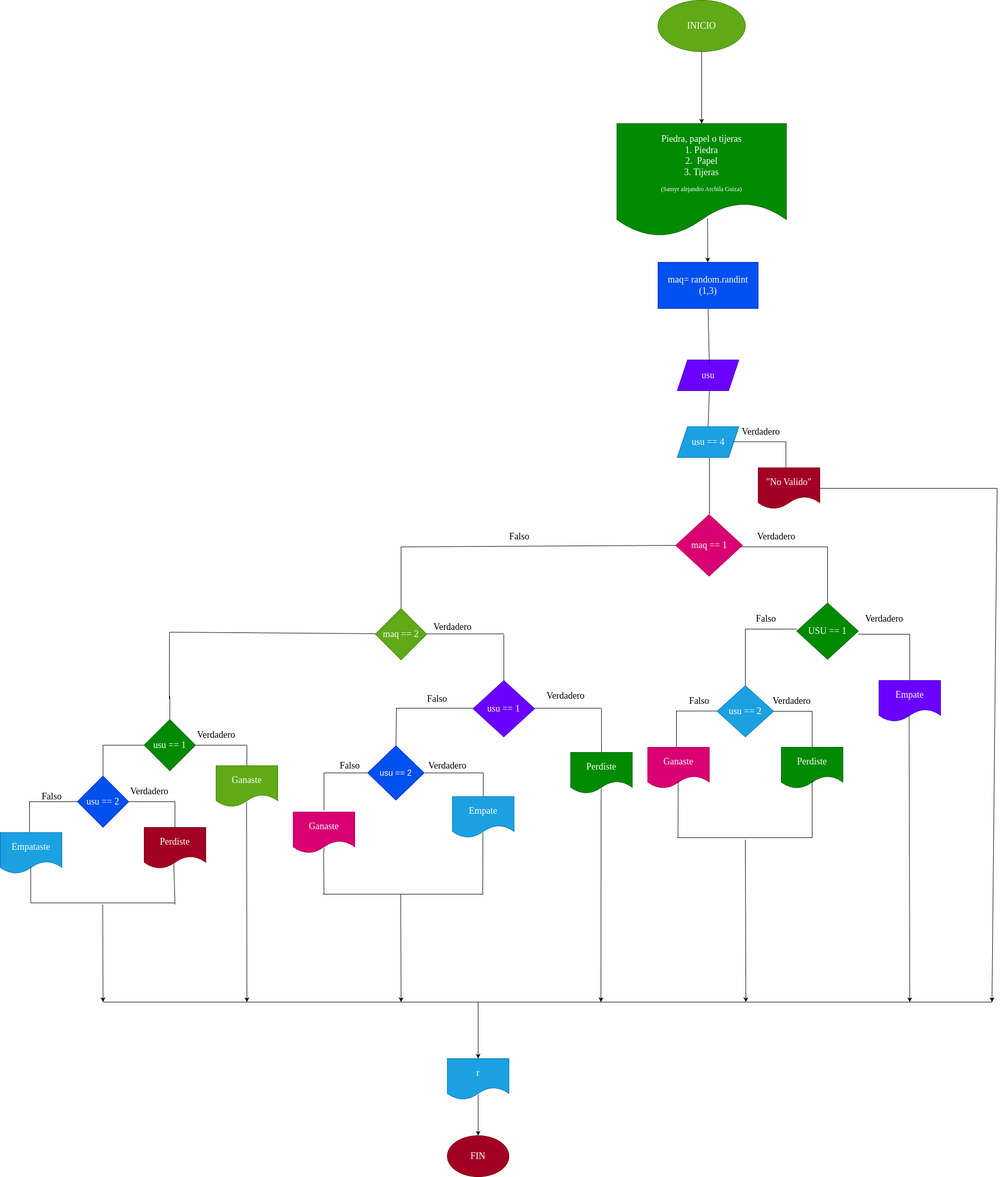
SamyrArchila/piedra_papel_tijeras keeps this draw.io diagram as diagrama.png. Above is the earlier version. Source tidied: cells renumbered, new cells last; positions are measured from the earlier drawing's top-left corner, leaving out a move shared by most shapes.
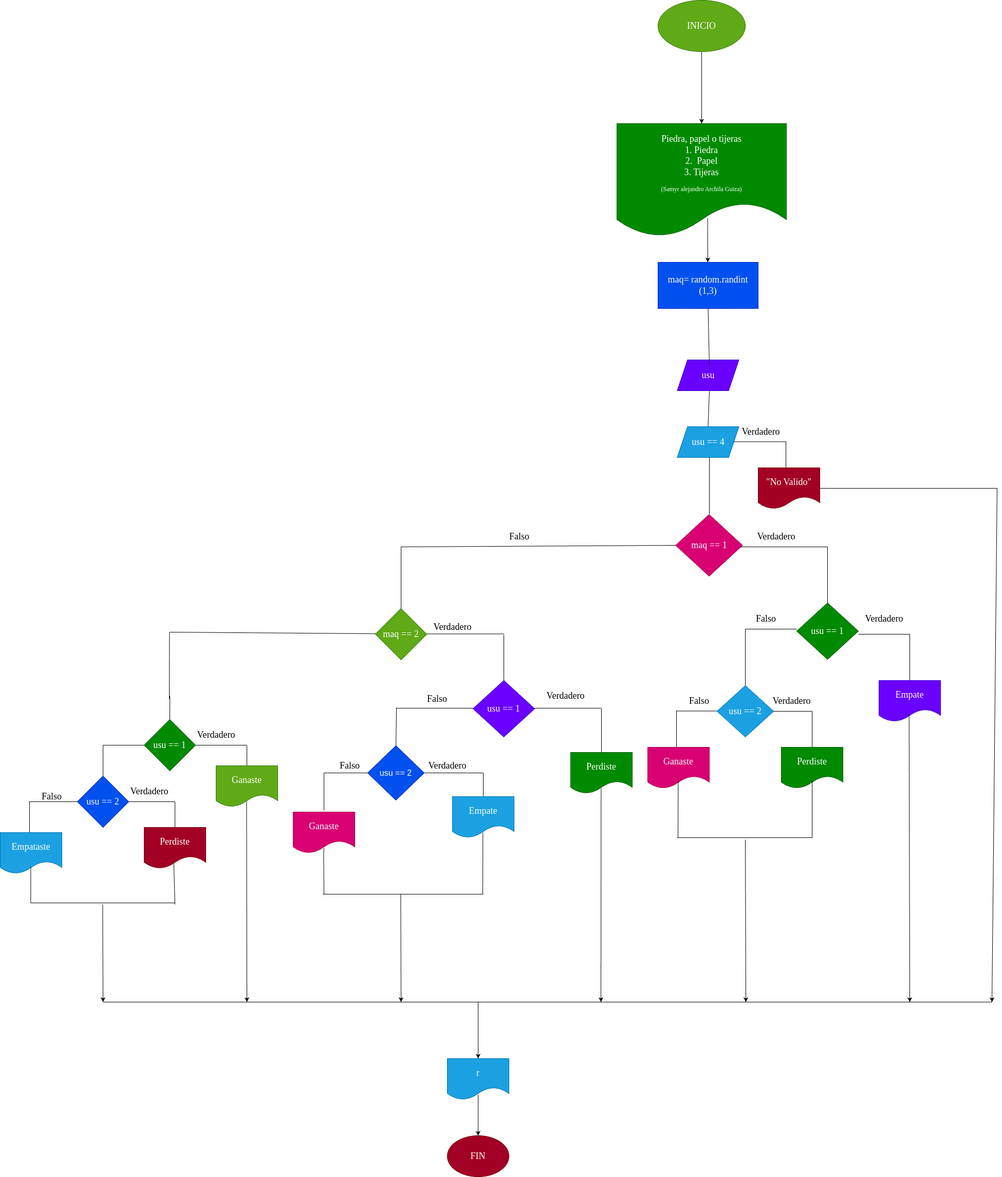
Above is the later version.

What changed in the source:
```diff
@@ -20,7 +20,7 @@
     <mxCell id="7" value="&lt;font face=&quot;Verdana&quot;&gt;maq == 1&lt;/font&gt;" style="rhombus;whiteSpace=wrap;html=1;fontSize=18;fillColor=#d80073;fontColor=#ffffff;strokeColor=#A50040;" parent="1" vertex="1">
       <mxGeometry x="1314.5" y="1001" width="130" height="120" as="geometry" />
     </mxCell>
-    <mxCell id="8" value="USU == 1" style="rhombus;whiteSpace=wrap;html=1;fontFamily=Verdana;fontSize=18;fillColor=#008a00;fontColor=#ffffff;strokeColor=#005700;" parent="1" vertex="1">
+    <mxCell id="8" value="usu == 1" style="rhombus;whiteSpace=wrap;html=1;fontFamily=Verdana;fontSize=18;fillColor=#008a00;fontColor=#ffffff;strokeColor=#005700;" parent="1" vertex="1">
       <mxGeometry x="1550" y="1173" width="120" height="110" as="geometry" />
     </mxCell>
     <mxCell id="9" style="endArrow=none;html=1;fontFamily=Verdana;fontSize=18;" parent="1" edge="1">
```
